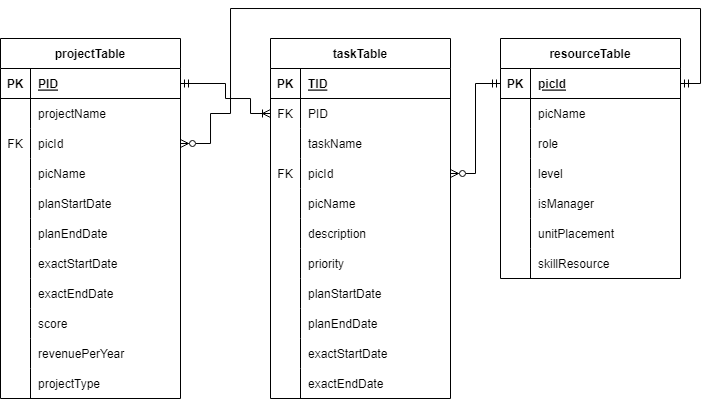
Before: 1 Figur/Diagram Tesis-Entity Relational Diagram Logical.drawio.png, a diagram exported from draw.io (ilhamnurpratama/thesis-pmis). Source tidied: cells renumbered, new cells last; positions are measured from the earlier drawing's top-left corner, leaving out a move shared by most shapes.
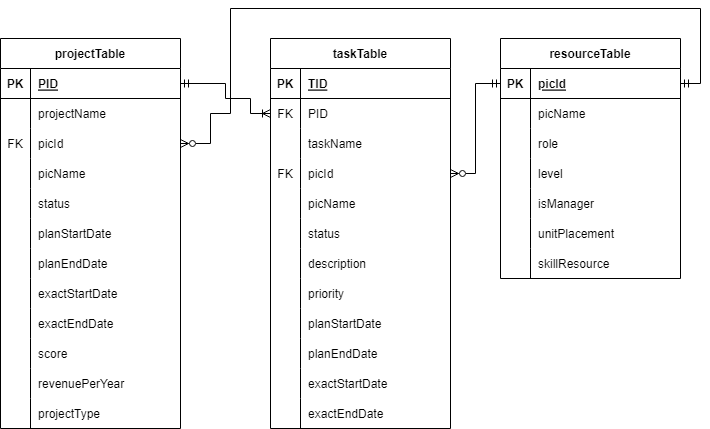
The same diagram one commit later.

What changed in the source:
```diff
@@ -3,7 +3,7 @@
     <mxCell id="0" />
     <mxCell id="1" parent="0" />
     <mxCell id="2" value="projectTable" style="shape=table;startSize=30;rowLines=0;fontStyle=1;align=center;" parent="1" vertex="1">
-      <mxGeometry y="30" width="180" height="360" as="geometry" />
+      <mxGeometry y="30" width="180" height="390" as="geometry" />
     </mxCell>
     <mxCell id="3" style="shape=tableRow;horizontal=0;startSize=0;swimlaneHead=0;swimlaneBody=0;fillColor=none;points=[[0,0.5],[1,0.5]];portConstraint=eastwest;top=0;left=0;right=0;bottom=1;" parent="2" vertex="1">
       <mxGeometry y="30" width="180" height="30" as="geometry" />
@@ -41,8 +41,17 @@
     <mxCell id="14" value="picName" style="shape=partialRectangle;fillColor=none;top=0;left=0;bottom=0;right=0;align=left;spacingLeft=6;overflow=hidden;" parent="12" vertex="1">
       <mxGeometry x="30" width="150" height="30" as="geometry" />
     </mxCell>
+    <mxCell id="95" style="shape=tableRow;horizontal=0;startSize=0;swimlaneHead=0;swimlaneBody=0;fillColor=none;top=0;left=0;right=0;bottom=0;" parent="2" vertex="1">
+      <mxGeometry y="150" width="180" height="30" as="geometry" />
+    </mxCell>
+    <mxCell id="96" style="shape=partialRectangle;fillColor=none;top=0;left=0;bottom=0;right=0;overflow=hidden;" parent="95" vertex="1">
+      <mxGeometry width="30" height="30" as="geometry" />
+    </mxCell>
+    <mxCell id="97" value="status" style="shape=partialRectangle;fillColor=none;top=0;left=0;bottom=0;right=0;align=left;spacingLeft=6;overflow=hidden;" parent="95" vertex="1">
+      <mxGeometry x="30" width="150" height="30" as="geometry" />
+    </mxCell>
     <mxCell id="15" style="shape=tableRow;horizontal=0;startSize=0;swimlaneHead=0;swimlaneBody=0;fillColor=none;top=0;left=0;right=0;bottom=0;" parent="2" vertex="1">
-      <mxGeometry y="150" width="180" height="30" as="geometry" />
+      <mxGeometry y="180" width="180" height="30" as="geometry" />
     </mxCell>
     <mxCell id="16" style="shape=partialRectangle;fillColor=none;top=0;left=0;bottom=0;right=0;overflow=hidden;" parent="15" vertex="1">
       <mxGeometry width="30" height="30" as="geometry" />
@@ -51,7 +60,7 @@
       <mxGeometry x="30" width="150" height="30" as="geometry" />
     </mxCell>
     <mxCell id="18" style="shape=tableRow;horizontal=0;startSize=0;swimlaneHead=0;swimlaneBody=0;fillColor=none;top=0;left=0;right=0;bottom=0;" parent="2" vertex="1">
-      <mxGeometry y="180" width="180" height="30" as="geometry" />
+      <mxGeometry y="210" width="180" height="30" as="geometry" />
     </mxCell>
     <mxCell id="19" style="shape=partialRectangle;fillColor=none;top=0;left=0;bottom=0;right=0;overflow=hidden;" parent="18" vertex="1">
       <mxGeometry width="30" height="30" as="geometry" />
@@ -60,7 +69,7 @@
       <mxGeometry x="30" width="150" height="30" as="geometry" />
     </mxCell>
     <mxCell id="21" style="shape=tableRow;horizontal=0;startSize=0;swimlaneHead=0;swimlaneBody=0;fillColor=none;top=0;left=0;right=0;bottom=0;" parent="2" vertex="1">
-      <mxGeometry y="210" width="180" height="30" as="geometry" />
+      <mxGeometry y="240" width="180" height="30" as="geometry" />
     </mxCell>
     <mxCell id="22" style="shape=partialRectangle;fillColor=none;top=0;left=0;bottom=0;right=0;overflow=hidden;" parent="21" vertex="1">
       <mxGeometry width="30" height="30" as="geometry" />
@@ -69,7 +78,7 @@
       <mxGeometry x="30" width="150" height="30" as="geometry" />
     </mxCell>
     <mxCell id="24" style="shape=tableRow;horizontal=0;startSize=0;swimlaneHead=0;swimlaneBody=0;fillColor=none;top=0;left=0;right=0;bottom=0;" parent="2" vertex="1">
-      <mxGeometry y="240" width="180" height="30" as="geometry" />
+      <mxGeometry y="270" width="180" height="30" as="geometry" />
     </mxCell>
     <mxCell id="25" style="shape=partialRectangle;fillColor=none;top=0;left=0;bottom=0;right=0;overflow=hidden;" parent="24" vertex="1">
       <mxGeometry width="30" height="30" as="geometry" />
@@ -78,7 +87,7 @@
       <mxGeometry x="30" width="150" height="30" as="geometry" />
     </mxCell>
     <mxCell id="27" style="shape=tableRow;horizontal=0;startSize=0;swimlaneHead=0;swimlaneBody=0;fillColor=none;top=0;left=0;right=0;bottom=0;" parent="2" vertex="1">
-      <mxGeometry y="270" width="180" height="30" as="geometry" />
+      <mxGeometry y="300" width="180" height="30" as="geometry" />
     </mxCell>
     <mxCell id="28" style="shape=partialRectangle;fillColor=none;top=0;left=0;bottom=0;right=0;overflow=hidden;" parent="27" vertex="1">
       <mxGeometry width="30" height="30" as="geometry" />
@@ -87,7 +96,7 @@
       <mxGeometry x="30" width="150" height="30" as="geometry" />
     </mxCell>
     <mxCell id="30" style="shape=tableRow;horizontal=0;startSize=0;swimlaneHead=0;swimlaneBody=0;fillColor=none;top=0;left=0;right=0;bottom=0;" parent="2" vertex="1">
-      <mxGeometry y="300" width="180" height="30" as="geometry" />
+      <mxGeometry y="330" width="180" height="30" as="geometry" />
     </mxCell>
     <mxCell id="31" style="shape=partialRectangle;fillColor=none;top=0;left=0;bottom=0;right=0;overflow=hidden;" parent="30" vertex="1">
       <mxGeometry width="30" height="30" as="geometry" />
@@ -96,7 +105,7 @@
       <mxGeometry x="30" width="150" height="30" as="geometry" />
     </mxCell>
     <mxCell id="33" style="shape=tableRow;horizontal=0;startSize=0;swimlaneHead=0;swimlaneBody=0;fillColor=none;top=0;left=0;right=0;bottom=0;" parent="2" vertex="1">
-      <mxGeometry y="330" width="180" height="30" as="geometry" />
+      <mxGeometry y="360" width="180" height="30" as="geometry" />
     </mxCell>
     <mxCell id="34" style="shape=partialRectangle;fillColor=none;top=0;left=0;bottom=0;right=0;overflow=hidden;" parent="33" vertex="1">
       <mxGeometry width="30" height="30" as="geometry" />
@@ -105,7 +114,7 @@
       <mxGeometry x="30" width="150" height="30" as="geometry" />
     </mxCell>
     <mxCell id="36" value="taskTable" style="shape=table;startSize=30;rowLines=0;fontStyle=1;align=center;" parent="1" vertex="1">
-      <mxGeometry x="270" y="30" width="180" height="360" as="geometry" />
+      <mxGeometry x="270" y="30" width="180" height="390" as="geometry" />
     </mxCell>
     <mxCell id="37" style="shape=tableRow;horizontal=0;startSize=0;swimlaneHead=0;swimlaneBody=0;fillColor=none;top=0;left=0;right=0;bottom=1;" parent="36" vertex="1">
       <mxGeometry y="30" width="180" height="30" as="geometry" />
@@ -152,8 +161,17 @@
     <mxCell id="51" value="picName" style="shape=partialRectangle;fillColor=none;top=0;left=0;bottom=0;right=0;align=left;spacingLeft=6;overflow=hidden;" parent="49" vertex="1">
       <mxGeometry x="30" width="150" height="30" as="geometry" />
     </mxCell>
+    <mxCell id="98" style="shape=tableRow;horizontal=0;startSize=0;swimlaneHead=0;swimlaneBody=0;fillColor=none;top=0;left=0;right=0;bottom=0;" parent="36" vertex="1">
+      <mxGeometry y="180" width="180" height="30" as="geometry" />
+    </mxCell>
+    <mxCell id="99" style="shape=partialRectangle;fillColor=none;top=0;left=0;bottom=0;right=0;overflow=hidden;" parent="98" vertex="1">
+      <mxGeometry width="30" height="30" as="geometry" />
+    </mxCell>
+    <mxCell id="100" value="status" style="shape=partialRectangle;fillColor=none;top=0;left=0;bottom=0;right=0;align=left;spacingLeft=6;overflow=hidden;" parent="98" vertex="1">
+      <mxGeometry x="30" width="150" height="30" as="geometry" />
+    </mxCell>
     <mxCell id="52" style="shape=tableRow;horizontal=0;startSize=0;swimlaneHead=0;swimlaneBody=0;fillColor=none;top=0;left=0;right=0;bottom=0;" parent="36" vertex="1">
-      <mxGeometry y="180" width="180" height="30" as="geometry" />
+      <mxGeometry y="210" width="180" height="30" as="geometry" />
     </mxCell>
     <mxCell id="53" style="shape=partialRectangle;fillColor=none;top=0;left=0;bottom=0;right=0;overflow=hidden;" parent="52" vertex="1">
       <mxGeometry width="30" height="30" as="geometry" />
@@ -162,7 +180,7 @@
       <mxGeometry x="30" width="150" height="30" as="geometry" />
     </mxCell>
     <mxCell id="55" style="shape=tableRow;horizontal=0;startSize=0;swimlaneHead=0;swimlaneBody=0;fillColor=none;top=0;left=0;right=0;bottom=0;" parent="36" vertex="1">
-      <mxGeometry y="210" width="180" height="30" as="geometry" />
+      <mxGeometry y="240" width="180" height="30" as="geometry" />
     </mxCell>
     <mxCell id="56" style="shape=partialRectangle;fillColor=none;top=0;left=0;bottom=0;right=0;overflow=hidden;" parent="55" vertex="1">
       <mxGeometry width="30" height="30" as="geometry" />
@@ -171,7 +189,7 @@
       <mxGeometry x="30" width="150" height="30" as="geometry" />
     </mxCell>
     <mxCell id="58" style="shape=tableRow;horizontal=0;startSize=0;swimlaneHead=0;swimlaneBody=0;fillColor=none;top=0;left=0;right=0;bottom=0;" parent="36" vertex="1">
-      <mxGeometry y="240" width="180" height="30" as="geometry" />
+      <mxGeometry y="270" width="180" height="30" as="geometry" />
     </mxCell>
     <mxCell id="59" style="shape=partialRectangle;fillColor=none;top=0;left=0;bottom=0;right=0;overflow=hidden;" parent="58" vertex="1">
       <mxGeometry width="30" height="30" as="geometry" />
@@ -180,7 +198,7 @@
       <mxGeometry x="30" width="150" height="30" as="geometry" />
     </mxCell>
     <mxCell id="61" style="shape=tableRow;horizontal=0;startSize=0;swimlaneHead=0;swimlaneBody=0;fillColor=none;top=0;left=0;right=0;bottom=0;" parent="36" vertex="1">
-      <mxGeometry y="270" width="180" height="30" as="geometry" />
+      <mxGeometry y="300" width="180" height="30" as="geometry" />
     </mxCell>
     <mxCell id="62" style="shape=partialRectangle;fillColor=none;top=0;left=0;bottom=0;right=0;overflow=hidden;" parent="61" vertex="1">
       <mxGeometry width="30" height="30" as="geometry" />
@@ -189,7 +207,7 @@
       <mxGeometry x="30" width="150" height="30" as="geometry" />
     </mxCell>
     <mxCell id="64" style="shape=tableRow;horizontal=0;startSize=0;swimlaneHead=0;swimlaneBody=0;fillColor=none;top=0;left=0;right=0;bottom=0;" parent="36" vertex="1">
-      <mxGeometry y="300" width="180" height="30" as="geometry" />
+      <mxGeometry y="330" width="180" height="30" as="geometry" />
     </mxCell>
     <mxCell id="65" style="shape=partialRectangle;fillColor=none;top=0;left=0;bottom=0;right=0;overflow=hidden;" parent="64" vertex="1">
       <mxGeometry width="30" height="30" as="geometry" />
@@ -198,7 +216,7 @@
       <mxGeometry x="30" width="150" height="30" as="geometry" />
     </mxCell>
     <mxCell id="67" style="shape=tableRow;horizontal=0;startSize=0;swimlaneHead=0;swimlaneBody=0;fillColor=none;top=0;left=0;right=0;bottom=0;" parent="36" vertex="1">
-      <mxGeometry y="330" width="180" height="30" as="geometry" />
+      <mxGeometry y="360" width="180" height="30" as="geometry" />
     </mxCell>
     <mxCell id="68" style="shape=partialRectangle;fillColor=none;top=0;left=0;bottom=0;right=0;overflow=hidden;" parent="67" vertex="1">
       <mxGeometry width="30" height="30" as="geometry" />
```
